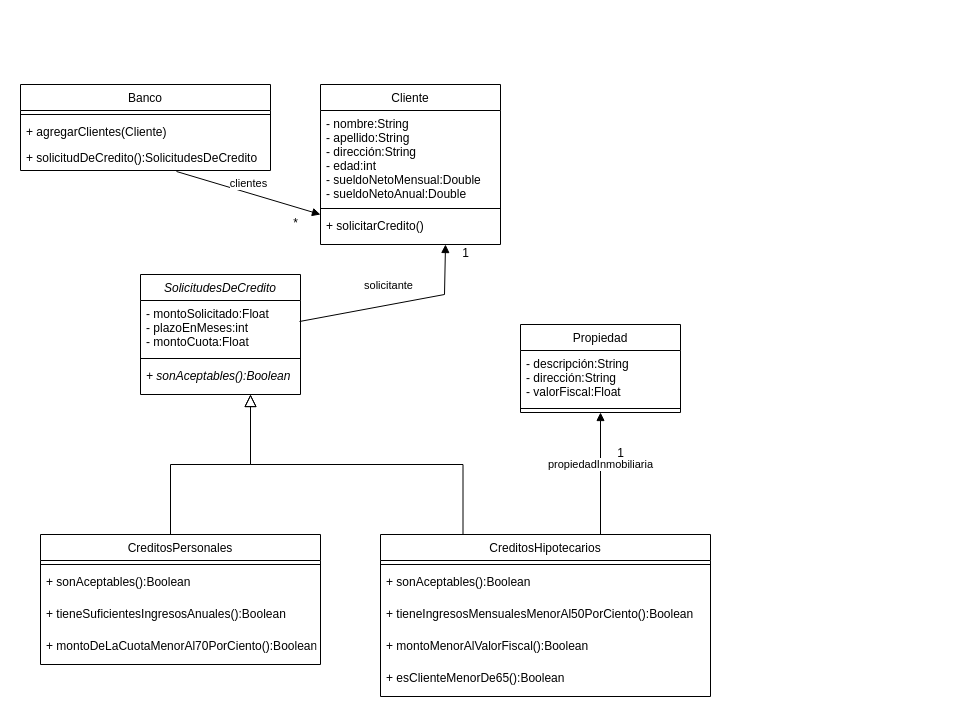
Above: unq-po2-tp6-bancoYPrestamos.drawio in nhubczyk/Diagramas-UML (draw.io), before the change. Source tidied: cells renumbered, new cells numbered last; positions are measured from the earlier drawing's top-left corner, leaving out a move shared by most shapes. Both pictures are drawn from the tidied source at 100%, with x=0, y=0 at pixel (20, 84).
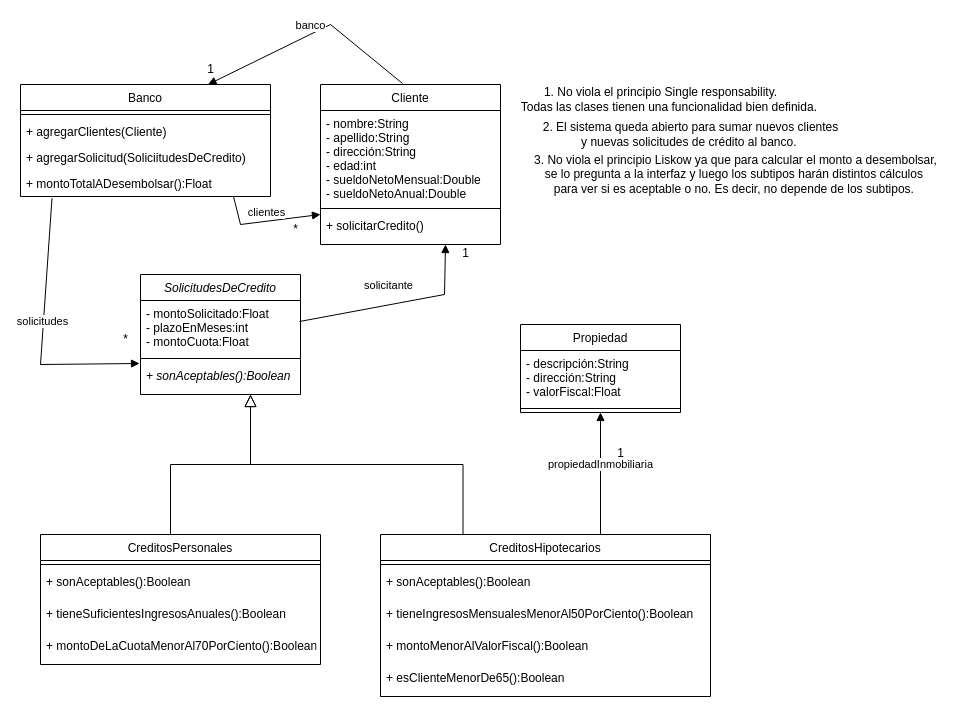
After the change.

Unchanged cells that the change refers to:
```xml
<mxCell id="8" value="Cliente" style="swimlane;fontStyle=0;align=center;verticalAlign=top;horizontal=1;startSize=26;rounded=0;shadow=0;strokeWidth=1;" parent="1" vertex="1">
  <mxGeometry x="300" width="180" height="160" as="geometry" />
</mxCell>
<mxCell id="17" value="+ sonAceptables():Boolean" style="text;strokeColor=none;fillColor=none;align=left;verticalAlign=top;spacingLeft=4;spacingRight=4;overflow=hidden;points=[[0,0.5],[1,0.5]];portConstraint=eastwest;fontStyle=2;" parent="14" vertex="1">
  <mxGeometry y="88" width="160" height="32" as="geometry" />
</mxCell>
```

Diff of the diagram source:
```diff
@@
     <mxCell id="2" value="Banco" style="swimlane;fontStyle=0;align=center;verticalAlign=top;horizontal=1;startSize=26;rounded=0;shadow=0;strokeWidth=1;" parent="1" vertex="1">
-      <mxGeometry width="250" height="86" as="geometry" />
+      <mxGeometry width="250" height="112" as="geometry" />
     </mxCell>
@@
-    <mxCell id="5" value="+ solicitudDeCredito():SolicitudesDeCredito" style="text;align=left;verticalAlign=top;spacingLeft=4;spacingRight=4;overflow=hidden;points=[[0,0.5],[1,0.5]];portConstraint=eastwest;" parent="2" vertex="1">
+    <mxCell id="5" value="+ agregarSolicitud(SoliciitudesDeCredito)" style="text;align=left;verticalAlign=top;spacingLeft=4;spacingRight=4;overflow=hidden;points=[[0,0.5],[1,0.5]];portConstraint=eastwest;" parent="2" vertex="1">
       <mxGeometry y="60" width="250" height="26" as="geometry" />
     </mxCell>
+    <mxCell id="36" value="+ montoTotalADesembolsar():Float" style="text;align=left;verticalAlign=top;spacingLeft=4;spacingRight=4;overflow=hidden;points=[[0,0.5],[1,0.5]];portConstraint=eastwest;" parent="2" vertex="1">
+      <mxGeometry y="86" width="250" height="26" as="geometry" />
+    </mxCell>
@@
-    <mxCell id="12" value="clientes" style="html=1;verticalAlign=bottom;endArrow=block;rounded=0;exitX=0.624;exitY=1.038;exitDx=0;exitDy=0;exitPerimeter=0;" parent="1" edge="1" source="5">
+    <mxCell id="12" value="clientes" style="html=1;verticalAlign=bottom;endArrow=block;rounded=0;exitX=0.852;exitY=1;exitDx=0;exitDy=0;exitPerimeter=0;" parent="1" edge="1" source="36">
       <mxGeometry relative="1" as="geometry">
         <mxPoint x="300" y="130" as="targetPoint" />
+        <Array as="points">
+          <mxPoint x="220" y="140" />
+        </Array>
       </mxGeometry>
     </mxCell>
     <mxCell id="13" value="*" style="text;html=1;align=center;verticalAlign=middle;strokeColor=none;fillColor=none;" parent="1" vertex="1">
-      <mxGeometry x="260" y="124" width="30" height="30" as="geometry" />
+      <mxGeometry x="260" y="130" width="30" height="30" as="geometry" />
     </mxCell>
@@
+    <mxCell id="37" value="solicitudes" style="html=1;verticalAlign=bottom;endArrow=block;rounded=0;exitX=0.126;exitY=1.066;exitDx=0;exitDy=0;exitPerimeter=0;entryX=-0.006;entryY=0.031;entryDx=0;entryDy=0;entryPerimeter=0;" parent="1" edge="1" source="36" target="17">
+      <mxGeometry relative="1" as="geometry">
+        <Array as="points">
+          <mxPoint x="20" y="280" />
+        </Array>
+      </mxGeometry>
+    </mxCell>
+    <mxCell id="38" value="*" style="text;html=1;align=center;verticalAlign=middle;strokeColor=none;fillColor=none;" parent="1" vertex="1">
+      <mxGeometry x="90" y="240" width="30" height="30" as="geometry" />
+    </mxCell>
+    <mxCell id="39" value="banco" style="html=1;verticalAlign=bottom;endArrow=block;rounded=0;exitX=0.456;exitY=-0.006;exitDx=0;exitDy=0;exitPerimeter=0;entryX=0.75;entryY=0;entryDx=0;entryDy=0;" parent="1" edge="1" source="8" target="2">
+      <mxGeometry relative="1" as="geometry">
+        <Array as="points">
+          <mxPoint x="310" y="-60" />
+        </Array>
+      </mxGeometry>
+    </mxCell>
+    <mxCell id="40" value="1" style="text;html=1;align=center;verticalAlign=middle;strokeColor=none;fillColor=none;" parent="1" vertex="1">
+      <mxGeometry x="175" y="-30" width="30" height="30" as="geometry" />
+    </mxCell>
+    <mxCell id="41" value="1. No viola el principio Single responsability.&lt;br&gt;&lt;span style=&quot;white-space: pre;&quot;&gt; &lt;/span&gt;&lt;span style=&quot;white-space: pre;&quot;&gt; &lt;/span&gt;&lt;span style=&quot;white-space: pre;&quot;&gt; &lt;/span&gt;&amp;nbsp; &amp;nbsp;Todas las clases tienen una funcionalidad bien definida.&amp;nbsp;" style="text;html=1;align=center;verticalAlign=middle;strokeColor=none;fillColor=none;" parent="1" vertex="1">
+      <mxGeometry x="435" y="-5" width="410" height="40" as="geometry" />
+    </mxCell>
+    <mxCell id="42" value="2. El sistema queda abierto para sumar nuevos clientes &lt;br&gt;y nuevas solicitudes de crédito al banco.&amp;nbsp;" style="text;html=1;align=center;verticalAlign=middle;strokeColor=none;fillColor=none;" parent="1" vertex="1">
+      <mxGeometry x="510" y="30" width="320" height="40" as="geometry" />
+    </mxCell>
+    <mxCell id="43" value="3. No viola el principio Liskow ya que para calcular el monto a desembolsar,&lt;br&gt;se lo pregunta a la interfaz y luego los subtipos harán distintos cálculos&amp;nbsp;&lt;br&gt;para ver si es aceptable o no. Es decir, no depende de los subtipos.&amp;nbsp;" style="text;html=1;align=center;verticalAlign=middle;strokeColor=none;fillColor=none;" parent="1" vertex="1">
+      <mxGeometry x="500" y="60" width="430" height="60" as="geometry" />
+    </mxCell>
```
